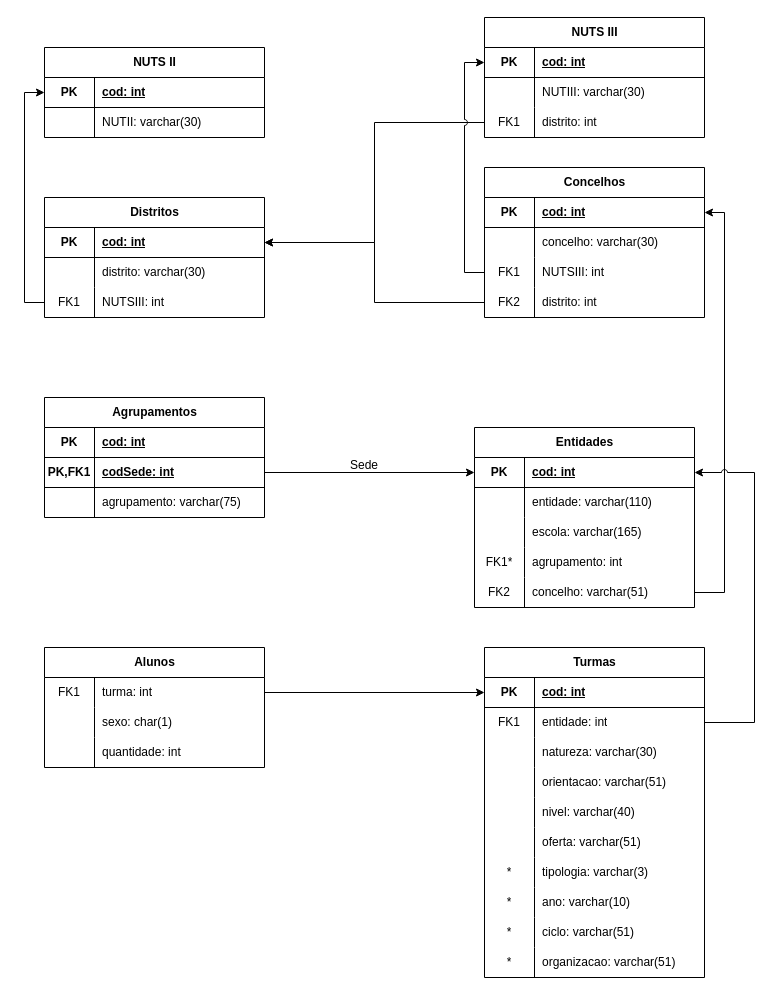
Before: page "Relacional" (5 of 5) of UML1.drawio in damaral31/Portuguese-School-System-DB-Modeling, a draw.io diagram. Source tidied: cells renumbered, new cells numbered last; positions are measured from the earlier drawing's top-left corner, leaving out a move shared by most shapes. Both pictures are drawn from the tidied source at 100%, with x=0, y=0 at pixel (44, 17).
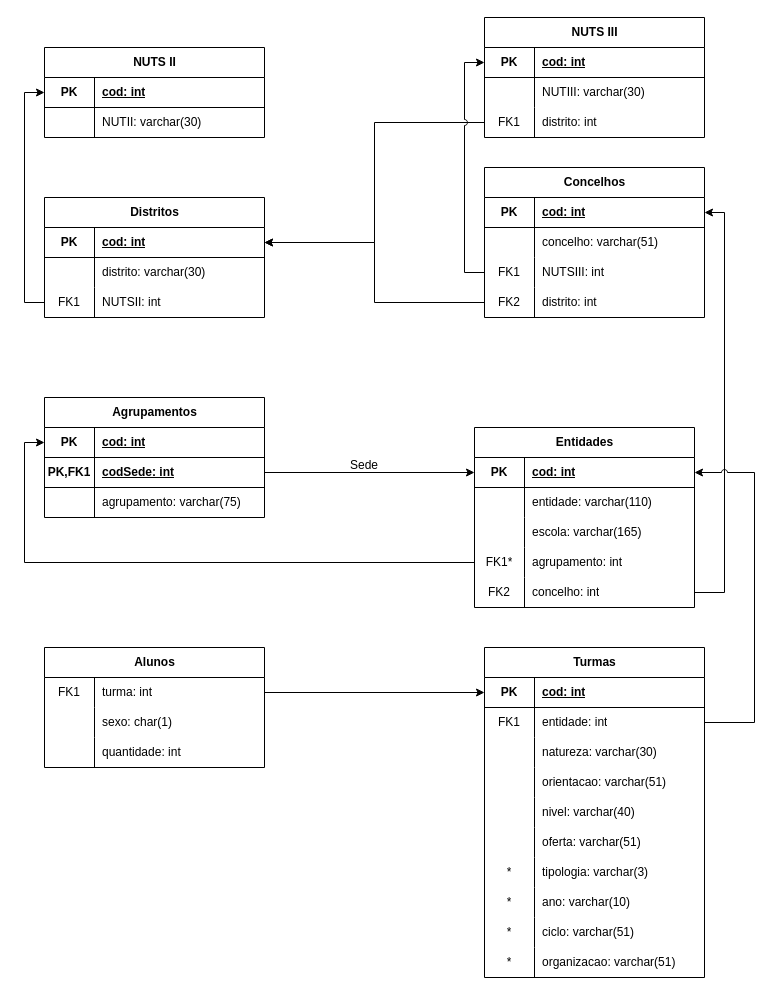
After the change.

The change refers to these unchanged cells:
```xml
<mxCell id="4" style="shape=tableRow;horizontal=0;startSize=0;swimlaneHead=0;swimlaneBody=0;fillColor=none;points=[[0,0.5],[1,0.5]];portConstraint=eastwest;top=0;left=0;right=0;bottom=1;" parent="3" vertex="1">
  <mxGeometry y="30" width="220" height="30" as="geometry" />
</mxCell>
<mxCell id="23" style="shape=tableRow;horizontal=0;startSize=0;swimlaneHead=0;swimlaneBody=0;fillColor=none;points=[[0,0.5],[1,0.5]];portConstraint=eastwest;top=0;left=0;right=0;bottom=0;" parent="13" vertex="1">
  <mxGeometry y="120" width="220" height="30" as="geometry" />
</mxCell>
<mxCell id="26" style="shape=tableRow;horizontal=0;startSize=0;swimlaneHead=0;swimlaneBody=0;fillColor=none;points=[[0,0.5],[1,0.5]];portConstraint=eastwest;top=0;left=0;right=0;bottom=0;" parent="13" vertex="1">
  <mxGeometry y="150" width="220" height="30" as="geometry" />
</mxCell>
<mxCell id="74" style="shape=tableRow;horizontal=0;startSize=0;swimlaneHead=0;swimlaneBody=0;fillColor=none;top=0;left=0;right=0;bottom=0;" parent="70" vertex="1">
  <mxGeometry y="60" width="220" height="30" as="geometry" />
</mxCell>
<mxCell id="101" style="shape=tableRow;horizontal=0;startSize=0;swimlaneHead=0;swimlaneBody=0;fillColor=none;points=[[0,0.5],[1,0.5]];portConstraint=eastwest;top=0;left=0;right=0;bottom=0;" parent="94" vertex="1">
  <mxGeometry y="90" width="220" height="30" as="geometry" />
</mxCell>
```

The edit, as a diff of the source:
```diff
@@
-    <mxCell id="28" value="concelho: varchar(51)" style="shape=partialRectangle;fillColor=none;top=0;left=0;bottom=0;right=0;align=left;spacingLeft=6;overflow=hidden;whiteSpace=wrap;html=1;" parent="26" vertex="1">
+    <mxCell id="28" value="concelho: int" style="shape=partialRectangle;fillColor=none;top=0;left=0;bottom=0;right=0;align=left;spacingLeft=6;overflow=hidden;whiteSpace=wrap;html=1;" parent="26" vertex="1">
       <mxGeometry x="50" width="170" height="30" as="geometry" />
     </mxCell>
@@
-    <mxCell id="76" value="concelho: varchar(30)" style="shape=partialRectangle;fillColor=none;top=0;left=0;bottom=0;right=0;align=left;spacingLeft=6;overflow=hidden;whiteSpace=wrap;html=1;" parent="74" vertex="1">
+    <mxCell id="76" value="concelho: varchar(51)" style="shape=partialRectangle;fillColor=none;top=0;left=0;bottom=0;right=0;align=left;spacingLeft=6;overflow=hidden;whiteSpace=wrap;html=1;" parent="74" vertex="1">
       <mxGeometry x="50" width="170" height="30" as="geometry" />
     </mxCell>
@@
-    <mxCell id="103" value="NUTSIII: int" style="shape=partialRectangle;fillColor=none;top=0;left=0;bottom=0;right=0;align=left;spacingLeft=6;overflow=hidden;whiteSpace=wrap;html=1;" parent="101" vertex="1">
+    <mxCell id="103" value="NUTSII: int" style="shape=partialRectangle;fillColor=none;top=0;left=0;bottom=0;right=0;align=left;spacingLeft=6;overflow=hidden;whiteSpace=wrap;html=1;" parent="101" vertex="1">
       <mxGeometry x="50" width="170" height="30" as="geometry" />
     </mxCell>
@@
+    <mxCell id="118" style="edgeStyle=orthogonalEdgeStyle;rounded=0;jettySize=auto;html=1;exitX=0;exitY=0.5;exitDx=0;exitDy=0;entryX=0;entryY=0.5;entryDx=0;entryDy=0;" parent="1" edge="1" source="23" target="4">
+      <mxGeometry relative="1" as="geometry" />
+    </mxCell>
```
